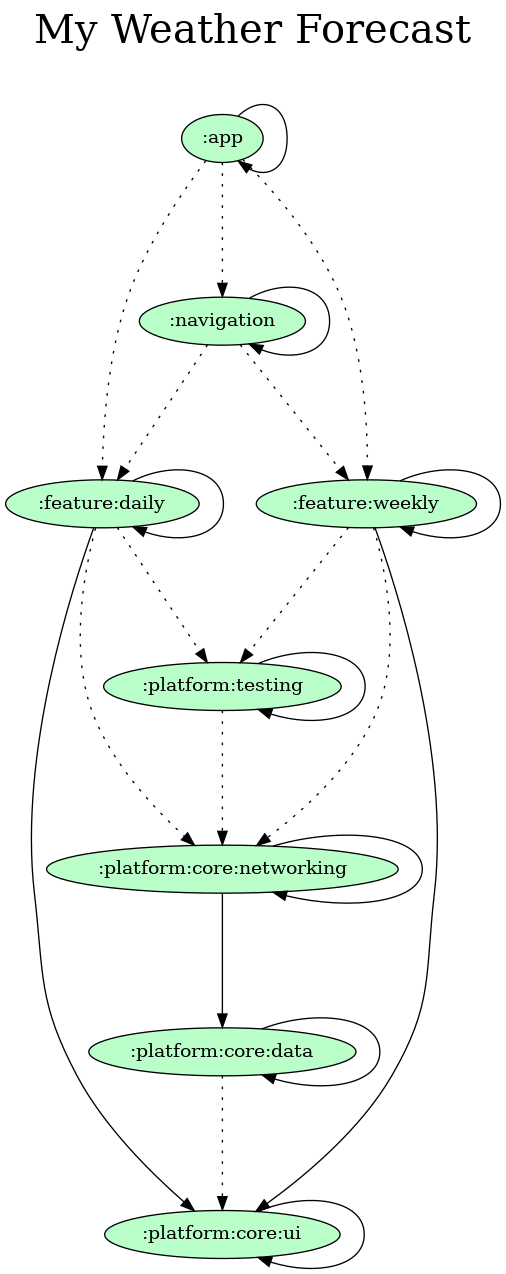
Before: gradle/dependency-graph/project.dot.png, a diagram exported from Graphviz (orogersilva/myweatherforecast). Its source is kept beside it as gradle/dependency-graph/project.dot. The source it was exported from:
```dot
digraph {
  graph [label="My Weather Forecast\n ",labelloc=t,fontsize=30,ranksep=1.4];
  node [style=filled, fillcolor="#bbbbbb"];
  rankdir=TB;

  # Projects

  ":app" [fillcolor="#baffc9"];
  ":feature:daily" [fillcolor="#baffc9"];
  ":feature:weekly" [fillcolor="#baffc9"];
  ":navigation" [fillcolor="#baffc9"];
  ":platform:core:data" [fillcolor="#baffc9"];
  ":platform:core:networking" [fillcolor="#baffc9"];
  ":platform:core:ui" [fillcolor="#baffc9"];
  ":platform:testing" [fillcolor="#baffc9"];

  {rank = same;}

  # Dependencies

  ":app" -> ":app"
  ":app" -> ":feature:daily" [style=dotted]
  ":app" -> ":feature:weekly" [style=dotted]
  ":app" -> ":navigation" [style=dotted]
  ":navigation" -> ":navigation"
  ":navigation" -> ":feature:daily" [style=dotted]
  ":navigation" -> ":feature:weekly" [style=dotted]
  ":feature:daily" -> ":platform:core:ui"
  ":feature:daily" -> ":feature:daily"
  ":feature:daily" -> ":platform:core:networking" [style=dotted]
  ":feature:daily" -> ":platform:testing" [style=dotted]
  ":feature:weekly" -> ":platform:core:ui"
  ":feature:weekly" -> ":feature:weekly"
  ":feature:weekly" -> ":platform:core:networking" [style=dotted]
  ":feature:weekly" -> ":platform:testing" [style=dotted]
  ":platform:testing" -> ":platform:testing"
  ":platform:testing" -> ":platform:core:networking" [style=dotted]
  ":platform:core:data" -> ":platform:core:data"
  ":platform:core:data" -> ":platform:core:ui" [style=dotted]
  ":platform:core:networking" -> ":platform:core:data"
  ":platform:core:networking" -> ":platform:core:networking"
  ":platform:core:ui" -> ":platform:core:ui"
}
```
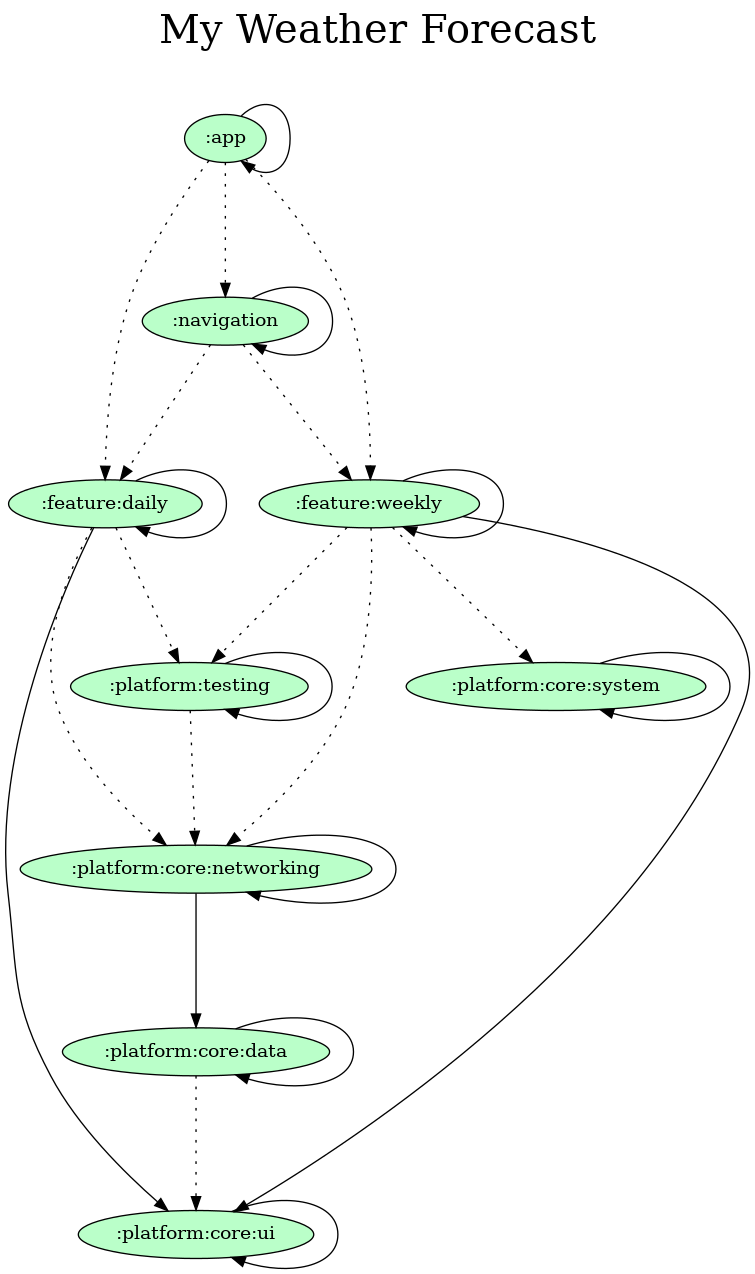
Above is the later version.

Commit message:
docs: Updating dependency graph

The edit, as a diff of the source:
```diff
@@ -11,6 +11,7 @@
   ":navigation" [fillcolor="#baffc9"];
   ":platform:core:data" [fillcolor="#baffc9"];
   ":platform:core:networking" [fillcolor="#baffc9"];
+  ":platform:core:system" [fillcolor="#baffc9"];
   ":platform:core:ui" [fillcolor="#baffc9"];
   ":platform:testing" [fillcolor="#baffc9"];
 
@@ -32,6 +33,7 @@
   ":feature:weekly" -> ":platform:core:ui"
   ":feature:weekly" -> ":feature:weekly"
   ":feature:weekly" -> ":platform:core:networking" [style=dotted]
+  ":feature:weekly" -> ":platform:core:system" [style=dotted]
   ":feature:weekly" -> ":platform:testing" [style=dotted]
   ":platform:testing" -> ":platform:testing"
   ":platform:testing" -> ":platform:core:networking" [style=dotted]
@@ -39,5 +41,6 @@
   ":platform:core:data" -> ":platform:core:ui" [style=dotted]
   ":platform:core:networking" -> ":platform:core:data"
   ":platform:core:networking" -> ":platform:core:networking"
+  ":platform:core:system" -> ":platform:core:system"
   ":platform:core:ui" -> ":platform:core:ui"
 }
```
